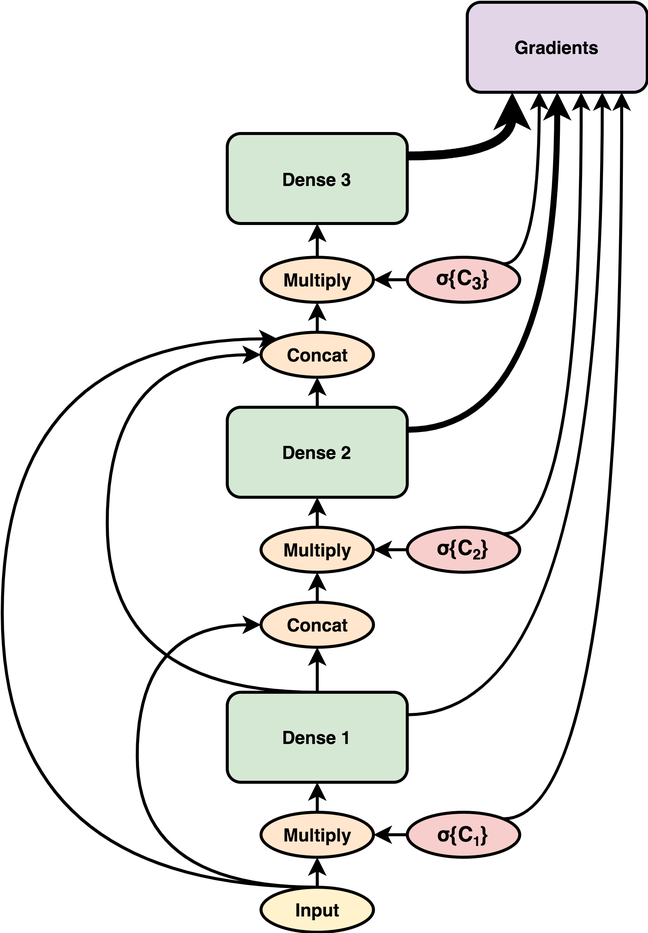
The draw.io diagram paper/DSC.png in kingspp/differentiable_learning, before a commit. Source tidied: cells renumbered, new cells last; positions are measured from the earlier drawing's top-left corner, leaving out a move shared by most shapes.
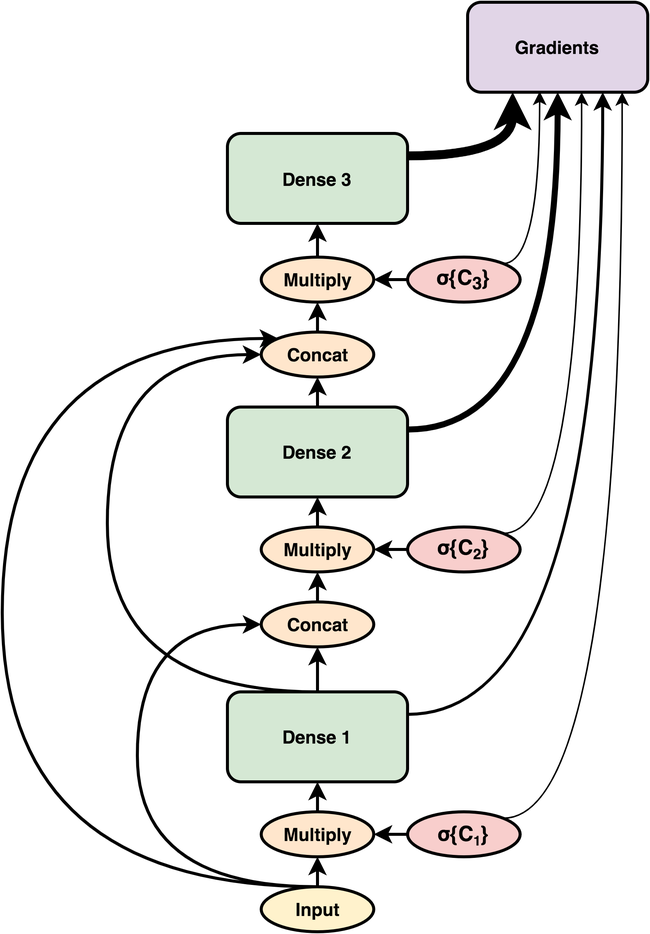
The same diagram one commit later.

The edit, as a diff of the source:
```diff
@@ -74,7 +74,7 @@
     <mxCell id="20" style="edgeStyle=orthogonalEdgeStyle;curved=1;rounded=0;jettySize=auto;html=1;exitX=0;exitY=0.5;exitDx=0;exitDy=0;entryX=1;entryY=0.5;entryDx=0;entryDy=0;strokeColor=#000000;strokeWidth=2;" parent="1" edge="1" source="22" target="24">
       <mxGeometry relative="1" as="geometry" />
     </mxCell>
-    <mxCell id="21" style="edgeStyle=orthogonalEdgeStyle;curved=1;rounded=0;jettySize=auto;html=1;exitX=1;exitY=0;exitDx=0;exitDy=0;entryX=0.4;entryY=0.992;entryDx=0;entryDy=0;entryPerimeter=0;strokeColor=#000000;strokeWidth=2;" parent="1" edge="1" source="22" target="15">
+    <mxCell id="21" style="edgeStyle=orthogonalEdgeStyle;curved=1;rounded=0;jettySize=auto;html=1;exitX=1;exitY=0;exitDx=0;exitDy=0;entryX=0.4;entryY=0.992;entryDx=0;entryDy=0;entryPerimeter=0;strokeColor=#000000;strokeWidth=1;" parent="1" edge="1" source="22" target="15">
       <mxGeometry relative="1" as="geometry">
         <Array as="points">
           <mxPoint x="358" y="174" />
@@ -93,7 +93,7 @@
     <mxCell id="25" style="edgeStyle=orthogonalEdgeStyle;curved=1;rounded=0;jettySize=auto;html=1;exitX=0;exitY=0.5;exitDx=0;exitDy=0;entryX=1;entryY=0.5;entryDx=0;entryDy=0;strokeColor=#000000;strokeWidth=2;" parent="1" edge="1" source="27" target="29">
       <mxGeometry relative="1" as="geometry" />
     </mxCell>
-    <mxCell id="26" style="edgeStyle=orthogonalEdgeStyle;curved=1;rounded=0;jettySize=auto;html=1;exitX=1;exitY=0;exitDx=0;exitDy=0;entryX=0.633;entryY=1;entryDx=0;entryDy=0;entryPerimeter=0;strokeColor=#000000;strokeWidth=2;" parent="1" edge="1" source="27" target="15">
+    <mxCell id="26" style="edgeStyle=orthogonalEdgeStyle;curved=1;rounded=0;jettySize=auto;html=1;exitX=1;exitY=0;exitDx=0;exitDy=0;entryX=0.633;entryY=1;entryDx=0;entryDy=0;entryPerimeter=0;strokeColor=#000000;strokeWidth=1;" parent="1" edge="1" source="27" target="15">
       <mxGeometry relative="1" as="geometry">
         <Array as="points">
           <mxPoint x="386" y="354" />
@@ -112,7 +112,7 @@
     <mxCell id="30" style="edgeStyle=orthogonalEdgeStyle;curved=1;rounded=0;jettySize=auto;html=1;exitX=0;exitY=0.5;exitDx=0;exitDy=0;entryX=1;entryY=0.5;entryDx=0;entryDy=0;strokeColor=#000000;strokeWidth=2;" parent="1" edge="1" source="32" target="34">
       <mxGeometry relative="1" as="geometry" />
     </mxCell>
-    <mxCell id="31" style="edgeStyle=orthogonalEdgeStyle;curved=1;rounded=0;jettySize=auto;html=1;exitX=1;exitY=0;exitDx=0;exitDy=0;entryX=0.858;entryY=1;entryDx=0;entryDy=0;entryPerimeter=0;strokeColor=#000000;strokeWidth=2;" parent="1" edge="1" source="32" target="15">
+    <mxCell id="31" style="edgeStyle=orthogonalEdgeStyle;curved=1;rounded=0;jettySize=auto;html=1;exitX=1;exitY=0;exitDx=0;exitDy=0;entryX=0.858;entryY=1;entryDx=0;entryDy=0;entryPerimeter=0;strokeColor=#000000;strokeWidth=1;" parent="1" edge="1" source="32" target="15">
       <mxGeometry relative="1" as="geometry">
         <Array as="points">
           <mxPoint x="413" y="544" />
```
